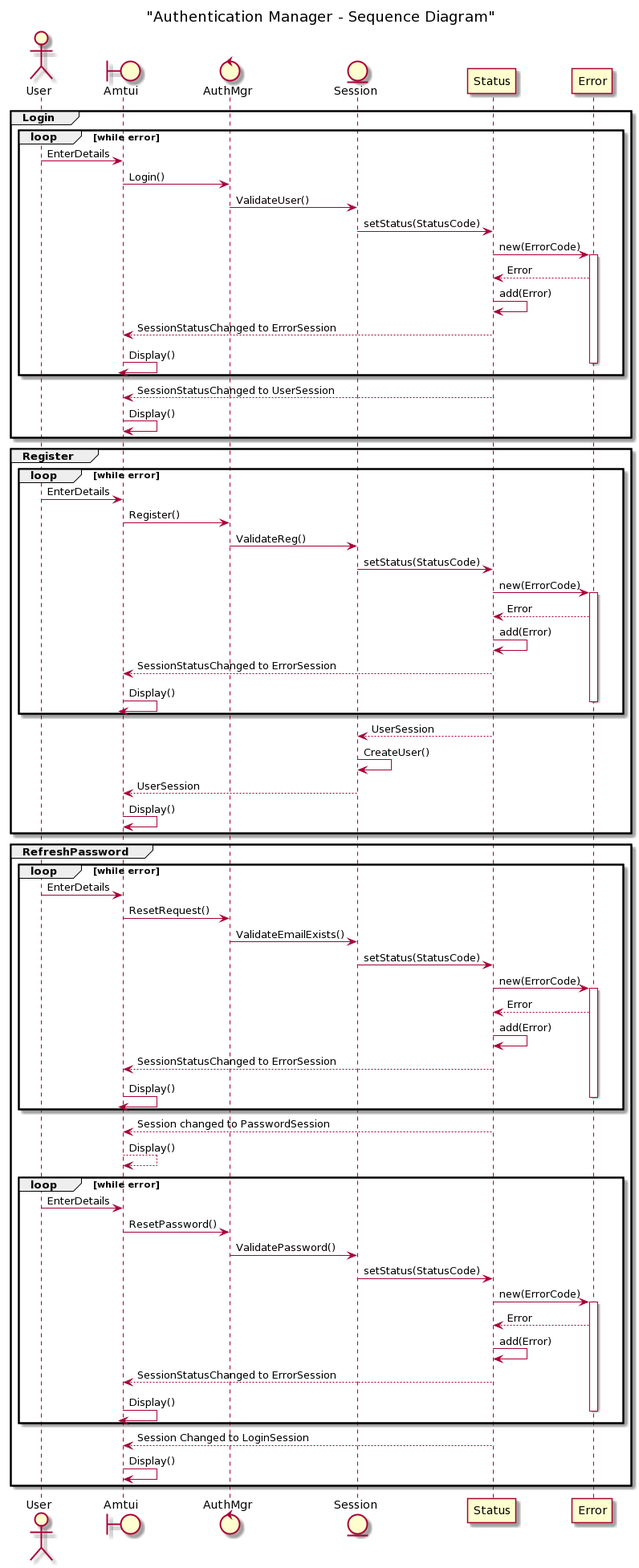
Earlier version of the PlantUML export thesis/ukapp2/wqu_isc/images/auth_sequence2.png (deeperj/dillinger).
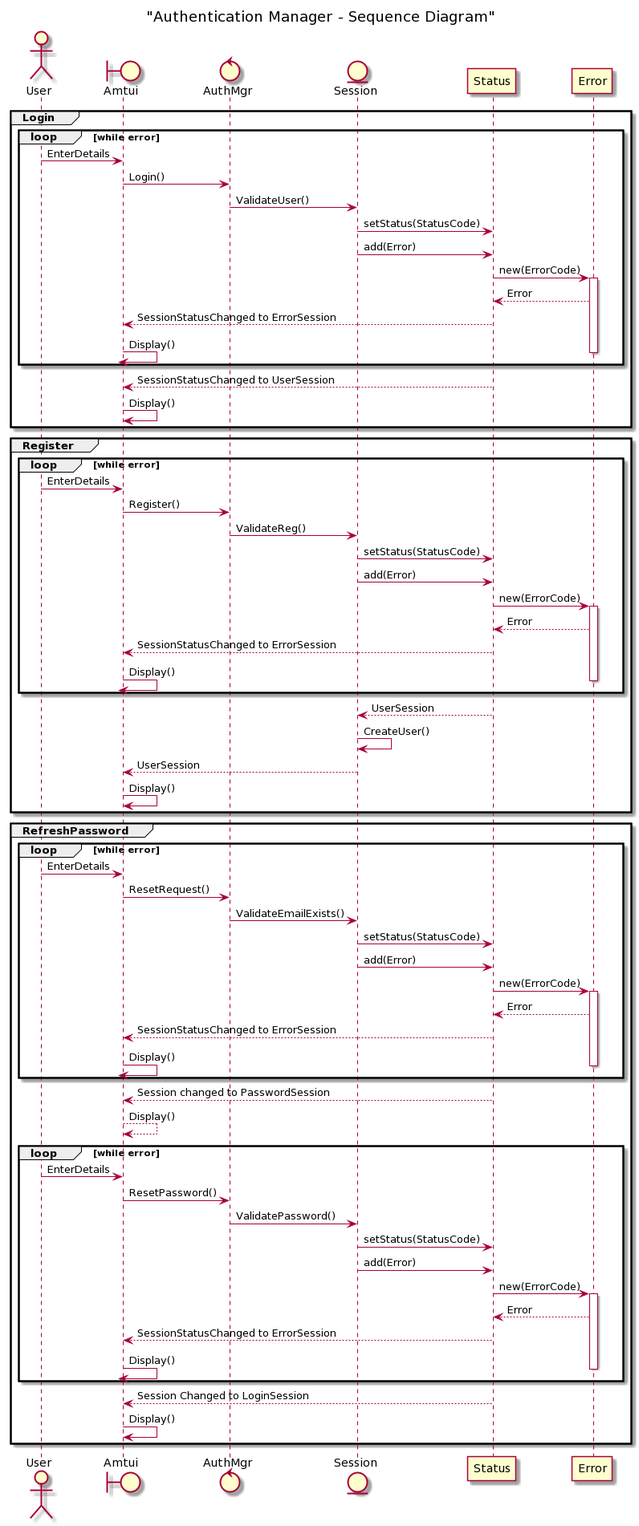
The same file after the commit.

Diff of the diagram source:
```diff
@@ -12,10 +12,10 @@
     GUI -> Mgr : Login()
     Mgr -> Session : ValidateUser()
     Session -> Status : setStatus(StatusCode)
+    Session->Status:add(Error)
     Status->Error:new(ErrorCode)
     activate Error
     Error --> Status : Error
-    Status->Status:add(Error)
     Status-->GUI:SessionStatusChanged to ErrorSession
     GUI->GUI : Display()
     deactivate Error
@@ -30,10 +30,10 @@
     GUI -> Mgr : Register()
     Mgr->Session : ValidateReg()
     Session->Status:setStatus(StatusCode)
+    Session->Status:add(Error)
     Status->Error:new(ErrorCode)
     activate Error
     Error --> Status : Error
-    Status->Status:add(Error)
     Status-->GUI:SessionStatusChanged to ErrorSession
     GUI->GUI : Display()
     deactivate Error
@@ -50,10 +50,10 @@
     GUI -> Mgr : ResetRequest()
     Mgr -> Session : ValidateEmailExists()
     Session->Status:setStatus(StatusCode)
+    Session->Status:add(Error)
     Status->Error:new(ErrorCode)
     activate Error
     Error --> Status : Error
-    Status->Status:add(Error)
     Status-->GUI:SessionStatusChanged to ErrorSession
     GUI->GUI : Display()
     deactivate Error
@@ -65,10 +65,10 @@
     GUI -> Mgr : ResetPassword()
     Mgr -> Session : ValidatePassword()
     Session -> Status : setStatus(StatusCode)
+    Session->Status:add(Error)
     Status->Error:new(ErrorCode)
     activate Error
     Error --> Status : Error
-    Status->Status:add(Error)
     Status-->GUI:SessionStatusChanged to ErrorSession
     GUI->GUI : Display()
     deactivate Error
```
